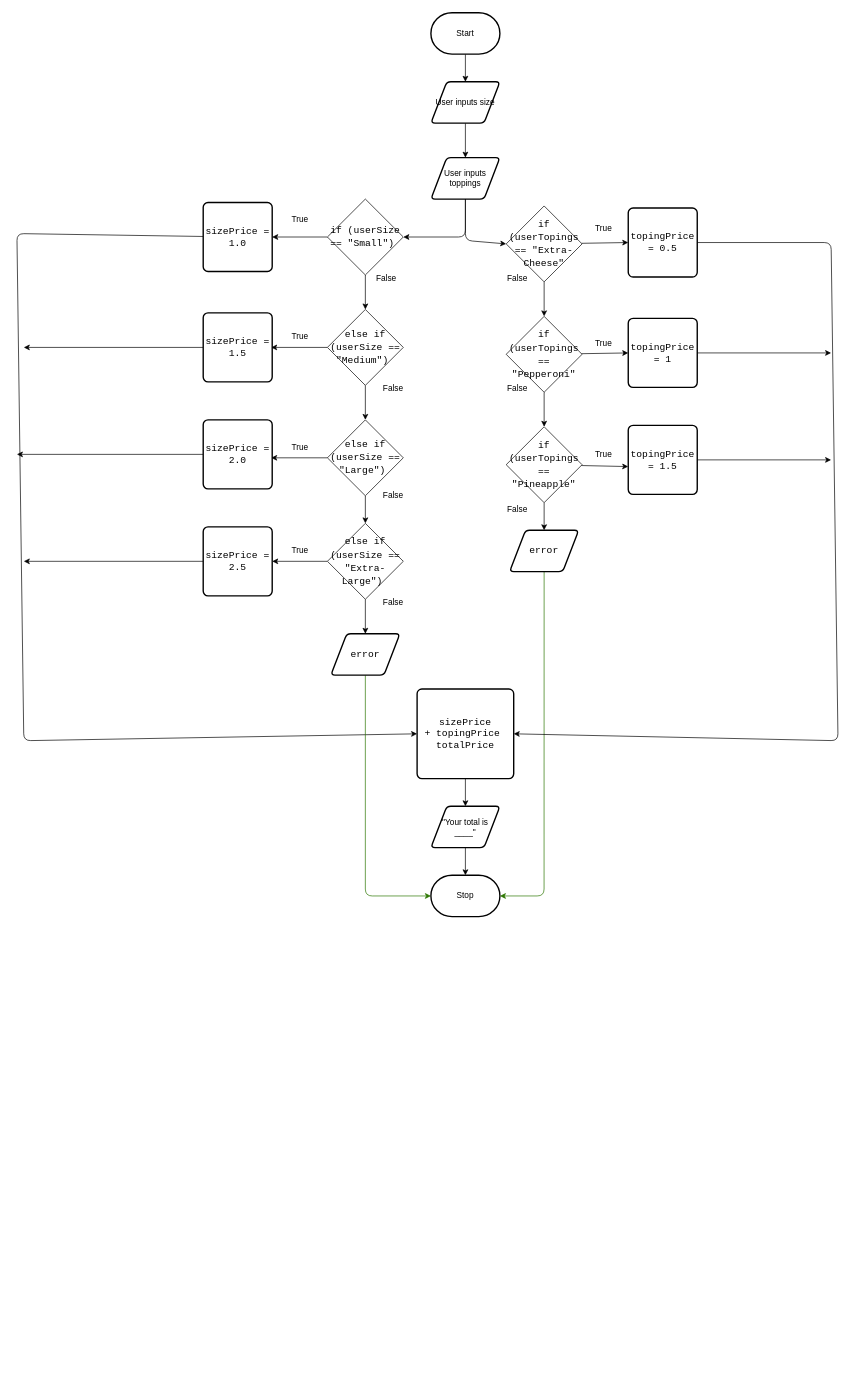
Earlier version of the draw.io diagram design/flow-chart.drawio (ashley-monaghan/ICS2OR-Assignment-4). Source tidied: cells renumbered, new cells numbered last; positions are measured from the earlier drawing's top-left corner, leaving out a move shared by most shapes. Both pictures are drawn from the tidied source at 69%, with x=0, y=0 at pixel (17, 12).
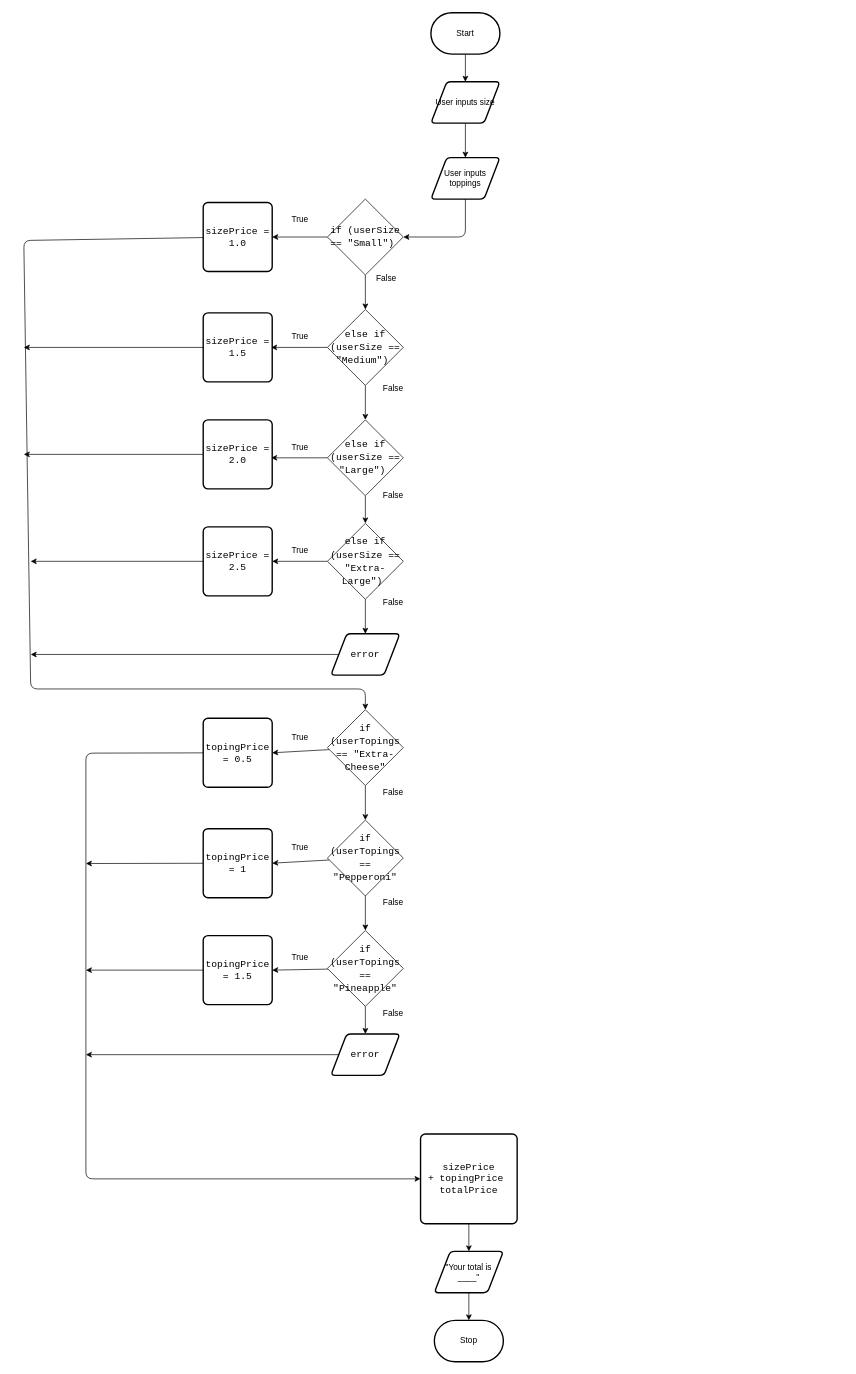
The same diagram, later.

The change refers to these unchanged cells:
```xml
<mxCell id="8" value="&lt;span style=&quot;font-family: &amp;#34;consolas&amp;#34; , &amp;#34;courier new&amp;#34; , monospace ; font-size: 14px&quot;&gt;&lt;font color=&quot;#000000&quot;&gt;sizePrice = 1.0&lt;/font&gt;&lt;/span&gt;" style="rounded=1;whiteSpace=wrap;html=1;absoluteArcSize=1;arcSize=14;strokeWidth=2;" parent="1" vertex="1">
  <mxGeometry x="270" y="275" width="100" height="100" as="geometry" />
</mxCell>
<mxCell id="14" value="&lt;font color=&quot;#000000&quot;&gt;User inputs toppings&lt;/font&gt;" style="shape=parallelogram;html=1;strokeWidth=2;perimeter=parallelogramPerimeter;whiteSpace=wrap;rounded=1;arcSize=12;size=0.23;" parent="1" vertex="1">
  <mxGeometry x="600" y="210" width="100" height="60" as="geometry" />
</mxCell>
<mxCell id="28" value="&lt;div style=&quot;font-family: &amp;#34;consolas&amp;#34; , &amp;#34;courier new&amp;#34; , monospace ; font-size: 14px ; line-height: 19px&quot;&gt;&lt;font color=&quot;#000000&quot;&gt;error&lt;/font&gt;&lt;/div&gt;" style="shape=parallelogram;html=1;strokeWidth=2;perimeter=parallelogramPerimeter;whiteSpace=wrap;rounded=1;arcSize=12;size=0.23;" parent="1" vertex="1">
  <mxGeometry x="455" y="900" width="100" height="60" as="geometry" />
</mxCell>
<mxCell id="30" value="&lt;span style=&quot;font-family: &amp;#34;consolas&amp;#34; , &amp;#34;courier new&amp;#34; , monospace ; font-size: 14px&quot;&gt;&lt;font color=&quot;#000000&quot;&gt;sizePrice = 2.5&lt;/font&gt;&lt;/span&gt;" style="rounded=1;whiteSpace=wrap;html=1;absoluteArcSize=1;arcSize=14;strokeWidth=2;" parent="1" vertex="1">
  <mxGeometry x="270" y="745" width="100" height="100" as="geometry" />
</mxCell>
<mxCell id="32" value="&lt;span style=&quot;font-family: &amp;#34;consolas&amp;#34; , &amp;#34;courier new&amp;#34; , monospace ; font-size: 14px&quot;&gt;&lt;font color=&quot;#000000&quot;&gt;sizePrice = 2.0&lt;/font&gt;&lt;/span&gt;" style="rounded=1;whiteSpace=wrap;html=1;absoluteArcSize=1;arcSize=14;strokeWidth=2;" parent="1" vertex="1">
  <mxGeometry x="270" y="590" width="100" height="100" as="geometry" />
</mxCell>
```

Change to the diagram source:
```diff
@@
     <mxCell id="6" style="edgeStyle=none;html=1;" parent="1" edge="1" target="10">
       <mxGeometry relative="1" as="geometry">
-        <mxPoint x="650" y="1110" as="sourcePoint" />
+        <mxPoint x="655" y="1755" as="sourcePoint" />
       </mxGeometry>
     </mxCell>
-    <mxCell id="7" style="edgeStyle=none;html=1;entryX=0;entryY=0.5;entryDx=0;entryDy=0;" parent="1" edge="1" source="8" target="52">
-      <mxGeometry relative="1" as="geometry">
-        <Array as="points">
-          <mxPoint y="320" />
-          <mxPoint x="10" y="1055" />
-        </Array>
-      </mxGeometry>
-    </mxCell>
+    <mxCell id="66" style="edgeStyle=none;html=1;entryX=0.5;entryY=0;entryDx=0;entryDy=0;" parent="1" edge="1" source="8" target="37">
+      <mxGeometry relative="1" as="geometry">
+        <Array as="points">
+          <mxPoint x="10" y="330" />
+          <mxPoint x="20" y="980" />
+          <mxPoint x="505" y="980" />
+        </Array>
+      </mxGeometry>
+    </mxCell>
@@
     <mxCell id="9" style="edgeStyle=none;html=1;" parent="1" edge="1" source="10">
       <mxGeometry relative="1" as="geometry">
-        <mxPoint x="650" y="1250" as="targetPoint" />
+        <mxPoint x="655" y="1895" as="targetPoint" />
       </mxGeometry>
     </mxCell>
     <mxCell id="10" value="&lt;font color=&quot;#000000&quot;&gt;&quot;Your total is ____&quot;&lt;/font&gt;" style="shape=parallelogram;html=1;strokeWidth=2;perimeter=parallelogramPerimeter;whiteSpace=wrap;rounded=1;arcSize=12;size=0.23;" parent="1" vertex="1">
-      <mxGeometry x="600" y="1150" width="100" height="60" as="geometry" />
+      <mxGeometry x="605" y="1795" width="100" height="60" as="geometry" />
     </mxCell>
     <mxCell id="11" value="&lt;font color=&quot;#000000&quot;&gt;Stop&lt;/font&gt;" style="strokeWidth=2;html=1;shape=mxgraph.flowchart.terminator;whiteSpace=wrap;" parent="1" vertex="1">
-      <mxGeometry x="600" y="1250" width="100" height="60" as="geometry" />
+      <mxGeometry x="605" y="1895" width="100" height="60" as="geometry" />
     </mxCell>
@@
-    <mxCell id="13" style="edgeStyle=none;html=1;entryX=0;entryY=0.5;entryDx=0;entryDy=0;fontColor=#FFFFFF;" parent="1" edge="1" source="14" target="37">
-      <mxGeometry relative="1" as="geometry">
-        <Array as="points">
-          <mxPoint x="650" y="330" />
-        </Array>
-      </mxGeometry>
-    </mxCell>
@@
-    <mxCell id="27" style="edgeStyle=none;html=1;entryX=0;entryY=0.5;entryDx=0;entryDy=0;fillColor=#60a917;strokeColor=#2D7600;entryPerimeter=0;" parent="1" edge="1" source="28" target="11">
-      <mxGeometry relative="1" as="geometry">
-        <Array as="points">
-          <mxPoint x="505" y="1280" />
-        </Array>
-      </mxGeometry>
-    </mxCell>
+    <mxCell id="67" style="edgeStyle=none;html=1;" parent="1" edge="1" source="28">
+      <mxGeometry relative="1" as="geometry">
+        <mxPoint x="20" y="930" as="targetPoint" />
+      </mxGeometry>
+    </mxCell>
@@
     <mxCell id="29" style="edgeStyle=none;html=1;" parent="1" edge="1" source="30">
       <mxGeometry relative="1" as="geometry">
-        <mxPoint x="10" y="795" as="targetPoint" />
+        <mxPoint x="20" y="795" as="targetPoint" />
       </mxGeometry>
     </mxCell>
@@
     <mxCell id="31" style="edgeStyle=none;html=1;" parent="1" edge="1" source="32">
       <mxGeometry relative="1" as="geometry">
-        <mxPoint y="640" as="targetPoint" />
+        <mxPoint x="10" y="640" as="targetPoint" />
       </mxGeometry>
     </mxCell>
@@
-    <mxCell id="36" style="edgeStyle=none;html=1;entryX=0;entryY=0.5;entryDx=0;entryDy=0;fontColor=#FFFFFF;" parent="1" edge="1" source="37" target="47">
+    <mxCell id="36" style="edgeStyle=none;html=1;entryX=1;entryY=0.5;entryDx=0;entryDy=0;" parent="1" edge="1" source="37" target="47">
       <mxGeometry relative="1" as="geometry" />
     </mxCell>
     <mxCell id="37" value="&lt;div style=&quot;font-family: &amp;#34;consolas&amp;#34; , &amp;#34;courier new&amp;#34; , monospace ; font-size: 14px ; line-height: 19px&quot;&gt;&lt;div style=&quot;font-family: &amp;#34;consolas&amp;#34; , &amp;#34;courier new&amp;#34; , monospace ; line-height: 19px&quot;&gt;&lt;font color=&quot;#000000&quot;&gt;if (userTopings == &quot;Extra-Cheese&quot;&lt;/font&gt;&lt;/div&gt;&lt;/div&gt;" style="rhombus;whiteSpace=wrap;html=1;" parent="1" vertex="1">
-      <mxGeometry x="709.1" y="280" width="110" height="110" as="geometry" />
+      <mxGeometry x="450" y="1010" width="110" height="110" as="geometry" />
     </mxCell>
@@
-    <mxCell id="39" style="edgeStyle=none;html=1;entryX=0;entryY=0.5;entryDx=0;entryDy=0;fontColor=#FFFFFF;" parent="1" edge="1" source="40" target="51">
+    <mxCell id="39" style="edgeStyle=none;html=1;entryX=1;entryY=0.5;entryDx=0;entryDy=0;" parent="1" edge="1" source="40" target="51">
       <mxGeometry relative="1" as="geometry" />
     </mxCell>
     <mxCell id="40" value="&lt;div style=&quot;font-family: &amp;#34;consolas&amp;#34; , &amp;#34;courier new&amp;#34; , monospace ; font-size: 14px ; line-height: 19px&quot;&gt;&lt;font color=&quot;#000000&quot;&gt;if (userTopings == &quot;Pepperoni&quot;&lt;/font&gt;&lt;br&gt;&lt;/div&gt;" style="rhombus;whiteSpace=wrap;html=1;" parent="1" vertex="1">
-      <mxGeometry x="709.1" y="440" width="110" height="110" as="geometry" />
+      <mxGeometry x="450" y="1170" width="110" height="110" as="geometry" />
     </mxCell>
     <mxCell id="41" style="edgeStyle=none;html=1;entryX=0.5;entryY=0;entryDx=0;entryDy=0;fontColor=#FFFFFF;" parent="1" edge="1" source="43">
       <mxGeometry relative="1" as="geometry">
-        <mxPoint x="764.1" y="750" as="targetPoint" />
+        <mxPoint x="505" y="1480" as="targetPoint" />
       </mxGeometry>
     </mxCell>
-    <mxCell id="42" style="edgeStyle=none;html=1;entryX=-0.001;entryY=0.597;entryDx=0;entryDy=0;entryPerimeter=0;fontColor=#FFFFFF;" parent="1" edge="1" source="43" target="49">
+    <mxCell id="42" style="edgeStyle=none;html=1;entryX=1;entryY=0.5;entryDx=0;entryDy=0;" parent="1" edge="1" source="43" target="49">
       <mxGeometry relative="1" as="geometry" />
     </mxCell>
     <mxCell id="43" value="&lt;div style=&quot;font-family: &amp;#34;consolas&amp;#34; , &amp;#34;courier new&amp;#34; , monospace ; font-size: 14px ; line-height: 19px&quot;&gt;&lt;font color=&quot;#000000&quot;&gt;if (userTopings == &quot;Pineapple&quot;&lt;/font&gt;&lt;br&gt;&lt;/div&gt;" style="rhombus;whiteSpace=wrap;html=1;" parent="1" vertex="1">
-      <mxGeometry x="709.1" y="600" width="110" height="110" as="geometry" />
+      <mxGeometry x="450" y="1330" width="110" height="110" as="geometry" />
     </mxCell>
-    <mxCell id="44" style="edgeStyle=none;html=1;entryX=1;entryY=0.5;entryDx=0;entryDy=0;fillColor=#60a917;strokeColor=#2D7600;entryPerimeter=0;" parent="1" edge="1" source="45" target="11">
-      <mxGeometry relative="1" as="geometry">
-        <Array as="points">
-          <mxPoint x="764" y="1280" />
-        </Array>
-      </mxGeometry>
-    </mxCell>
+    <mxCell id="68" style="edgeStyle=none;html=1;" parent="1" edge="1" source="45">
+      <mxGeometry relative="1" as="geometry">
+        <mxPoint x="100" y="1510" as="targetPoint" />
+      </mxGeometry>
+    </mxCell>
     <mxCell id="45" value="&lt;div style=&quot;font-family: &amp;#34;consolas&amp;#34; , &amp;#34;courier new&amp;#34; , monospace ; font-size: 14px ; line-height: 19px&quot;&gt;&lt;font color=&quot;#000000&quot;&gt;error&lt;/font&gt;&lt;/div&gt;" style="shape=parallelogram;html=1;strokeWidth=2;perimeter=parallelogramPerimeter;whiteSpace=wrap;rounded=1;arcSize=12;size=0.23;" parent="1" vertex="1">
-      <mxGeometry x="714.1" y="750" width="100" height="60" as="geometry" />
+      <mxGeometry x="455" y="1480" width="100" height="60" as="geometry" />
     </mxCell>
-    <mxCell id="46" style="edgeStyle=none;html=1;entryX=1;entryY=0.5;entryDx=0;entryDy=0;" parent="1" edge="1" source="47" target="52">
+    <mxCell id="46" style="edgeStyle=none;html=1;entryX=0;entryY=0.5;entryDx=0;entryDy=0;" parent="1" edge="1" source="47" target="52">
       <mxGeometry relative="1" as="geometry">
         <Array as="points">
-          <mxPoint x="1180" y="333" />
-          <mxPoint x="1190" y="1055" />
+          <mxPoint x="100" y="1073" />
+          <mxPoint x="100" y="1690" />
         </Array>
       </mxGeometry>
     </mxCell>
     <mxCell id="47" value="&lt;span style=&quot;font-family: &amp;#34;consolas&amp;#34; , &amp;#34;courier new&amp;#34; , monospace ; font-size: 14px&quot;&gt;&lt;font color=&quot;#000000&quot;&gt;topingPrice = 0.5&lt;/font&gt;&lt;/span&gt;" style="rounded=1;whiteSpace=wrap;html=1;absoluteArcSize=1;arcSize=14;strokeWidth=2;" parent="1" vertex="1">
-      <mxGeometry x="886" y="283" width="100" height="100" as="geometry" />
+      <mxGeometry x="270" y="1022.5" width="100" height="100" as="geometry" />
     </mxCell>
-    <mxCell id="48" style="edgeStyle=none;html=1;" parent="1" edge="1" source="49">
-      <mxGeometry relative="1" as="geometry">
-        <mxPoint x="1180" y="648" as="targetPoint" />
-      </mxGeometry>
-    </mxCell>
+    <mxCell id="69" style="edgeStyle=none;html=1;" parent="1" edge="1" source="49">
+      <mxGeometry relative="1" as="geometry">
+        <mxPoint x="100" y="1387.5" as="targetPoint" />
+      </mxGeometry>
+    </mxCell>
     <mxCell id="49" value="&lt;span style=&quot;font-family: &amp;#34;consolas&amp;#34; , &amp;#34;courier new&amp;#34; , monospace ; font-size: 14px&quot;&gt;&lt;font color=&quot;#000000&quot;&gt;topingPrice = 1.5&lt;/font&gt;&lt;/span&gt;" style="rounded=1;whiteSpace=wrap;html=1;absoluteArcSize=1;arcSize=14;strokeWidth=2;" parent="1" vertex="1">
-      <mxGeometry x="886" y="598" width="100" height="100" as="geometry" />
+      <mxGeometry x="270" y="1337.5" width="100" height="100" as="geometry" />
     </mxCell>
-    <mxCell id="50" style="edgeStyle=none;html=1;" parent="1" edge="1" source="51">
-      <mxGeometry relative="1" as="geometry">
-        <mxPoint x="1180" y="493" as="targetPoint" />
-      </mxGeometry>
-    </mxCell>
+    <mxCell id="70" style="edgeStyle=none;html=1;" parent="1" edge="1" source="51">
+      <mxGeometry relative="1" as="geometry">
+        <mxPoint x="100" y="1233" as="targetPoint" />
+      </mxGeometry>
+    </mxCell>
     <mxCell id="51" value="&lt;span style=&quot;font-family: &amp;#34;consolas&amp;#34; , &amp;#34;courier new&amp;#34; , monospace ; font-size: 14px&quot;&gt;&lt;font color=&quot;#000000&quot;&gt;topingPrice = 1&lt;/font&gt;&lt;/span&gt;" style="rounded=1;whiteSpace=wrap;html=1;absoluteArcSize=1;arcSize=14;strokeWidth=2;" parent="1" vertex="1">
-      <mxGeometry x="886" y="443" width="100" height="100" as="geometry" />
+      <mxGeometry x="270" y="1182.5" width="100" height="100" as="geometry" />
     </mxCell>
     <mxCell id="52" value="&lt;font color=&quot;#000000&quot;&gt;&lt;span style=&quot;font-family: &amp;#34;consolas&amp;#34; , &amp;#34;courier new&amp;#34; , monospace ; font-size: 14px&quot;&gt;sizePrice +&amp;nbsp;&lt;/span&gt;&lt;span style=&quot;font-family: &amp;#34;consolas&amp;#34; , &amp;#34;courier new&amp;#34; , monospace ; font-size: 14px&quot;&gt;topingPrice&amp;nbsp; totalPrice&lt;/span&gt;&lt;/font&gt;" style="rounded=1;whiteSpace=wrap;html=1;absoluteArcSize=1;arcSize=14;strokeWidth=2;" parent="1" vertex="1">
-      <mxGeometry x="580" y="980" width="140" height="130" as="geometry" />
+      <mxGeometry x="585" y="1625" width="140" height="130" as="geometry" />
     </mxCell>
@@
-    <mxCell id="57" value="&lt;font color=&quot;#000000&quot;&gt;True&lt;/font&gt;" style="text;html=1;align=center;verticalAlign=middle;strokeColor=none;fillColor=none;" parent="1" vertex="1">
-      <mxGeometry x="830" y="630" width="40" height="20" as="geometry" />
-    </mxCell>
-    <mxCell id="58" value="True" style="text;html=1;align=center;verticalAlign=middle;strokeColor=none;fillColor=none;" parent="1" vertex="1">
-      <mxGeometry x="830" y="470" width="40" height="20" as="geometry" />
-    </mxCell>
-    <mxCell id="59" value="&lt;font color=&quot;#000000&quot;&gt;True&lt;/font&gt;" style="text;html=1;align=center;verticalAlign=middle;strokeColor=none;fillColor=none;" parent="1" vertex="1">
-      <mxGeometry x="830" y="303" width="40" height="20" as="geometry" />
-    </mxCell>
@@
-    <mxCell id="64" value="&lt;font color=&quot;#000000&quot;&gt;False&lt;/font&gt;" style="text;html=1;align=center;verticalAlign=middle;strokeColor=none;fillColor=none;" parent="1" vertex="1">
-      <mxGeometry x="700" y="710" width="50" height="20" as="geometry" />
-    </mxCell>
-    <mxCell id="65" value="&lt;font color=&quot;#000000&quot;&gt;False&lt;/font&gt;" style="text;html=1;align=center;verticalAlign=middle;strokeColor=none;fillColor=none;" parent="1" vertex="1">
-      <mxGeometry x="700" y="535" width="50" height="20" as="geometry" />
-    </mxCell>
-    <mxCell id="66" value="&lt;font color=&quot;#000000&quot;&gt;False&lt;/font&gt;" style="text;html=1;align=center;verticalAlign=middle;strokeColor=none;fillColor=none;" parent="1" vertex="1">
-      <mxGeometry x="700" y="375" width="50" height="20" as="geometry" />
-    </mxCell>
+    <mxCell id="71" value="&lt;font color=&quot;#000000&quot;&gt;True&lt;/font&gt;" style="text;html=1;align=center;verticalAlign=middle;strokeColor=none;fillColor=none;" parent="1" vertex="1">
+      <mxGeometry x="390" y="1040" width="40" height="20" as="geometry" />
+    </mxCell>
+    <mxCell id="72" value="&lt;font color=&quot;#000000&quot;&gt;True&lt;/font&gt;" style="text;html=1;align=center;verticalAlign=middle;strokeColor=none;fillColor=none;" parent="1" vertex="1">
+      <mxGeometry x="390" y="1200" width="40" height="20" as="geometry" />
+    </mxCell>
+    <mxCell id="73" value="&lt;font color=&quot;#000000&quot;&gt;True&lt;/font&gt;" style="text;html=1;align=center;verticalAlign=middle;strokeColor=none;fillColor=none;" parent="1" vertex="1">
+      <mxGeometry x="390" y="1360" width="40" height="20" as="geometry" />
+    </mxCell>
+    <mxCell id="74" value="&lt;font color=&quot;#000000&quot;&gt;False&lt;/font&gt;" style="text;html=1;align=center;verticalAlign=middle;strokeColor=none;fillColor=none;" parent="1" vertex="1">
+      <mxGeometry x="520" y="1120" width="50" height="20" as="geometry" />
+    </mxCell>
+    <mxCell id="75" value="&lt;font color=&quot;#000000&quot;&gt;False&lt;/font&gt;" style="text;html=1;align=center;verticalAlign=middle;strokeColor=none;fillColor=none;" parent="1" vertex="1">
+      <mxGeometry x="520" y="1280" width="50" height="20" as="geometry" />
+    </mxCell>
+    <mxCell id="76" value="&lt;font color=&quot;#000000&quot;&gt;False&lt;/font&gt;" style="text;html=1;align=center;verticalAlign=middle;strokeColor=none;fillColor=none;" parent="1" vertex="1">
+      <mxGeometry x="520" y="1440" width="50" height="20" as="geometry" />
+    </mxCell>
```
